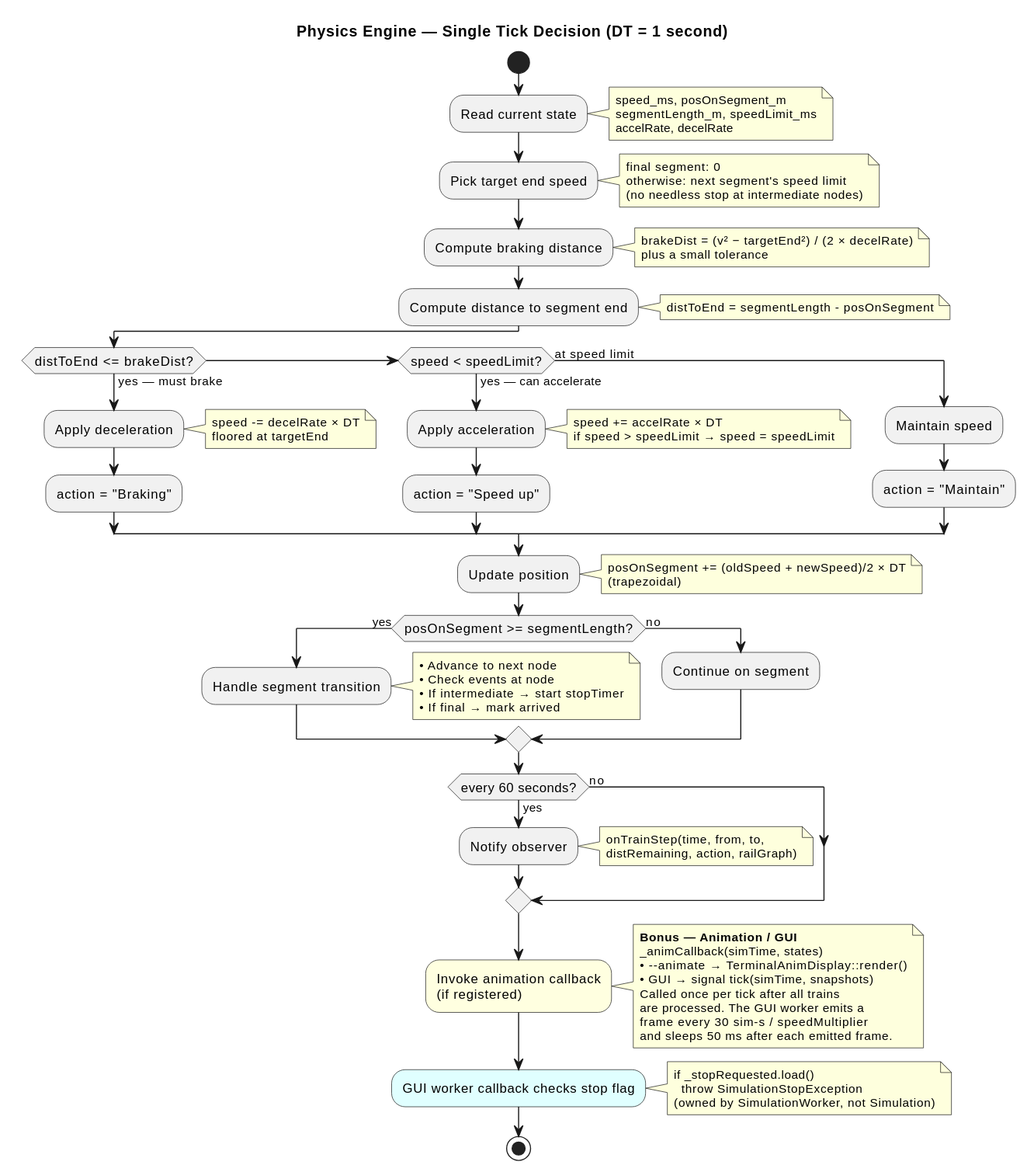
Before: docs/diagrams/activity_physics_tick.svg, a diagram exported from PlantUML (abaiao-r/Module_05_Train_yourself).
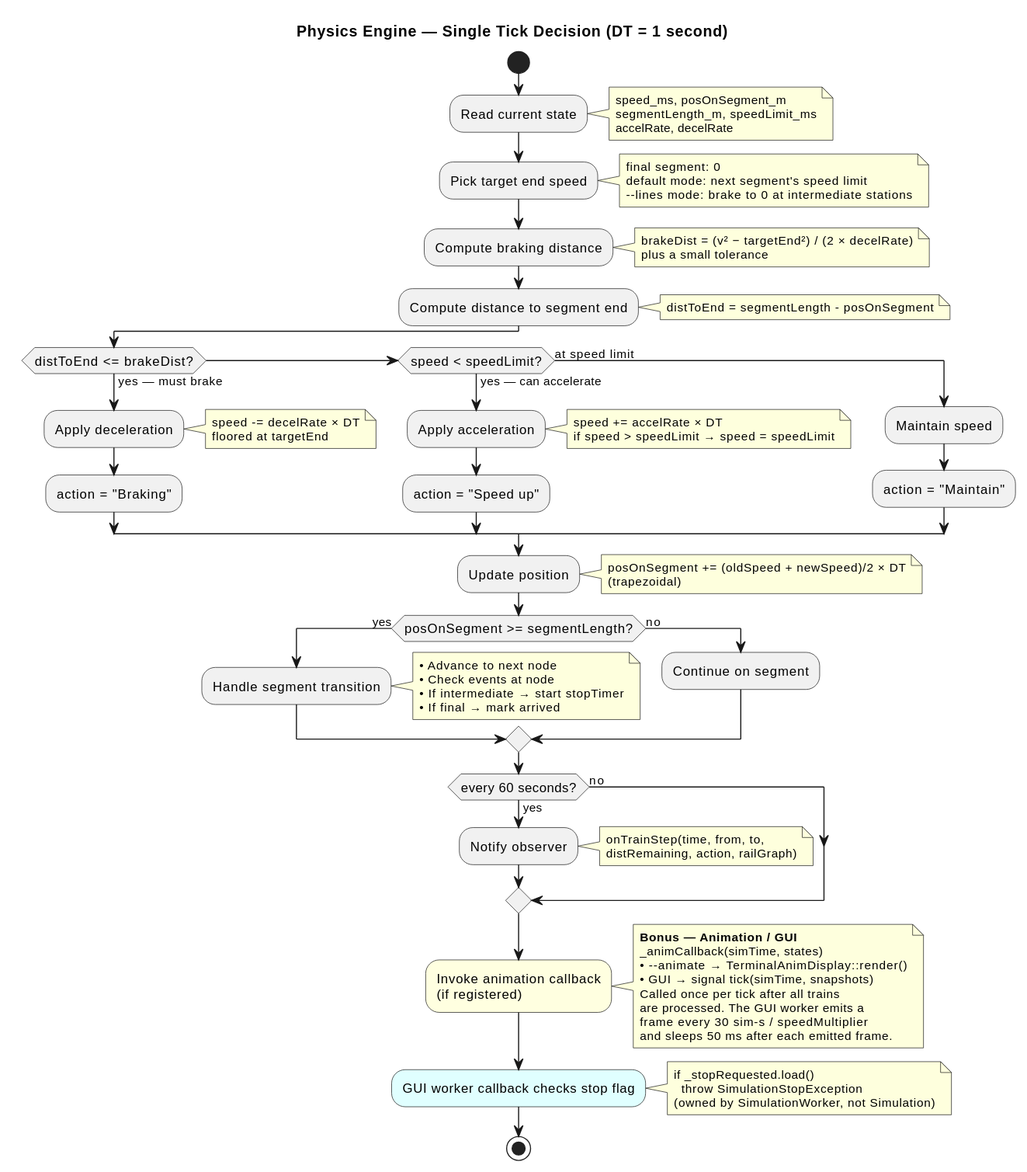
The same file after the commit.

Change to the diagram source:
```diff
@@ -17,8 +17,8 @@
 :Pick target end speed;
 note right
   final segment: 0
-  otherwise: next segment's speed limit
-  (no needless stop at intermediate nodes)
+  default mode: next segment's speed limit
+  --lines mode: brake to 0 at intermediate stations
 end note
 
 :Compute braking distance;
```
